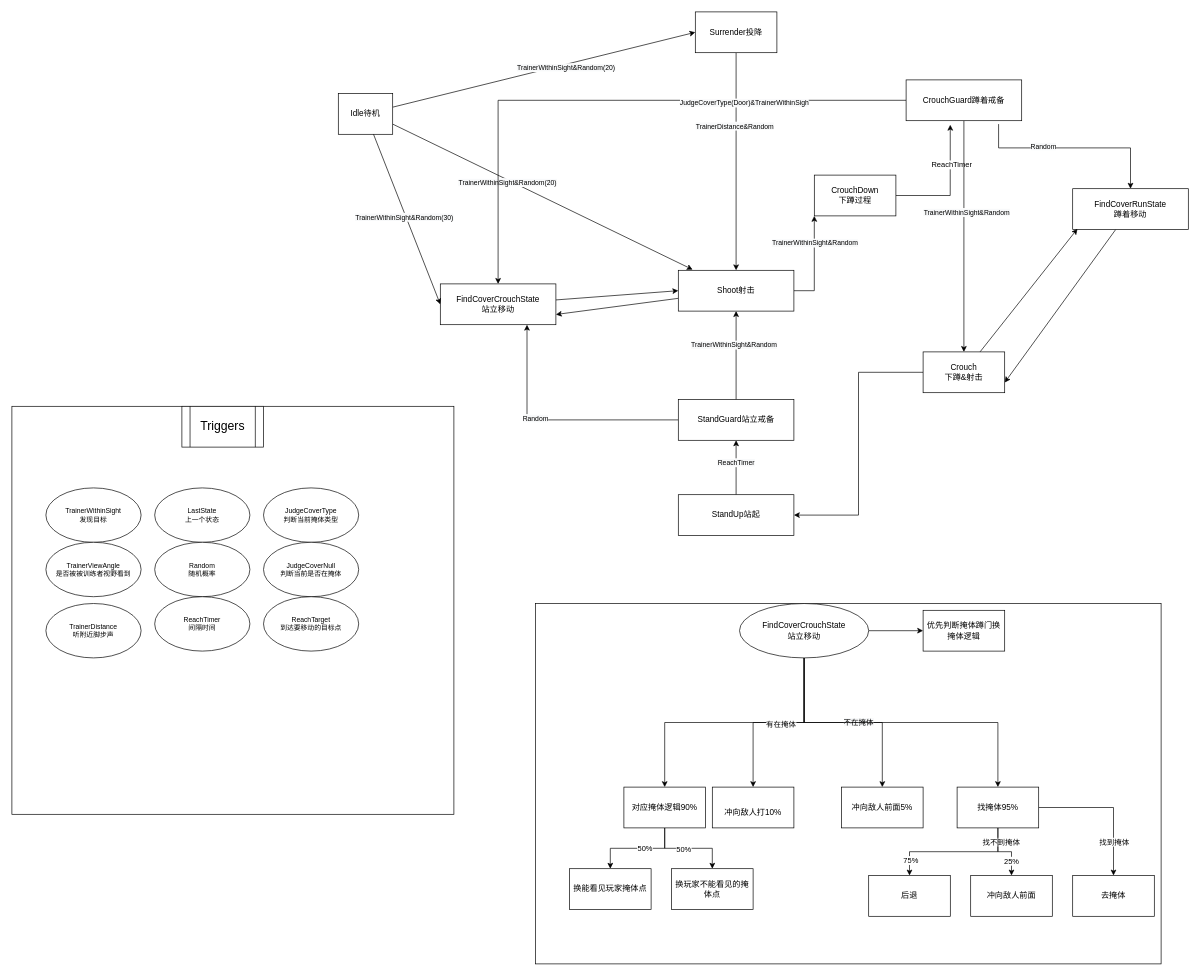
This is Untitled Diagram.drawio from LKaiGuo/CubeXGame, a draw.io file, before an edit. Source tidied: cells renumbered, new cells numbered last; positions are measured from the earlier drawing's top-left corner, leaving out a move shared by most shapes. Both pictures are drawn from the tidied source at 68%, with x=0, y=0 at pixel (12, 12).
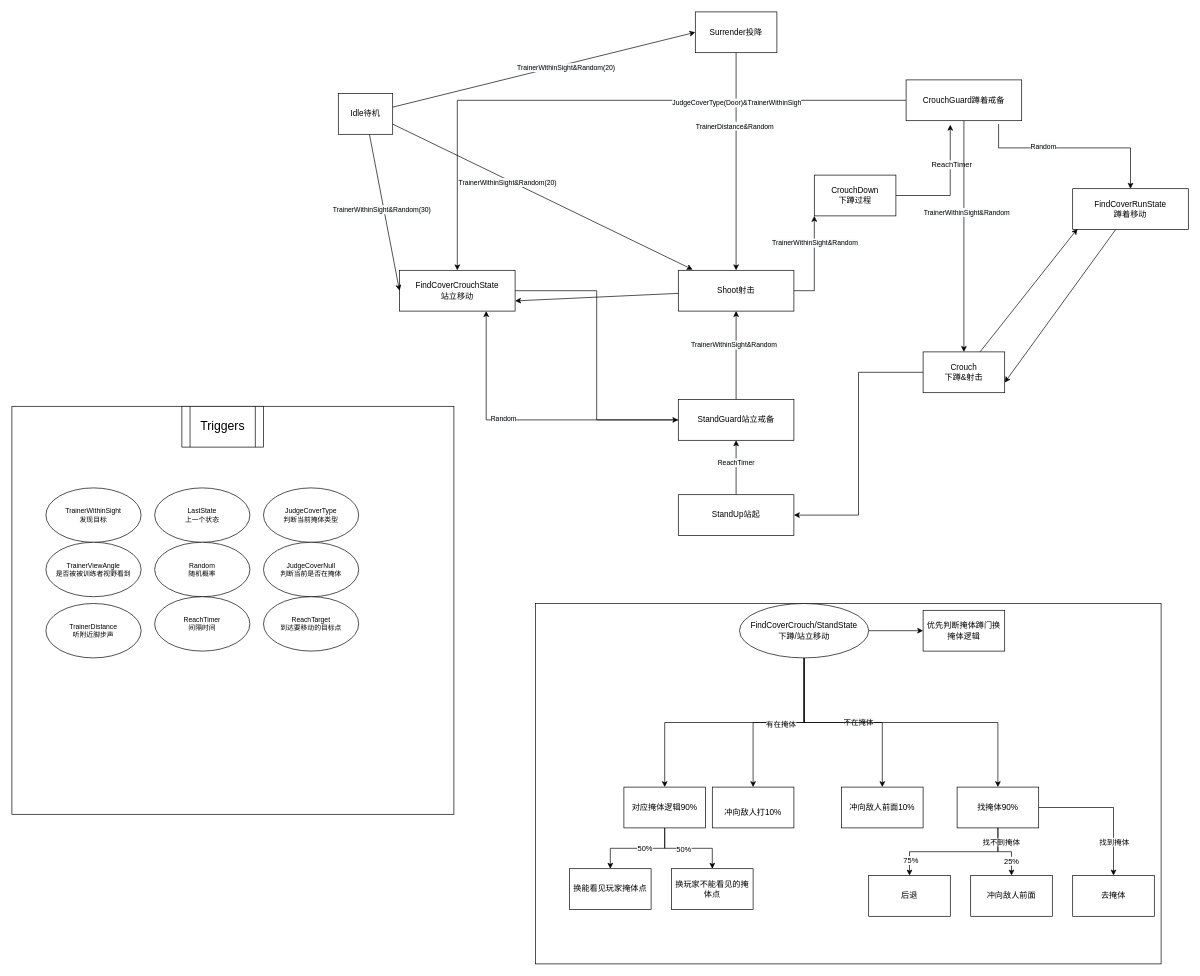
The same page after the edit.

The change refers to these unchanged cells:
```xml
<mxCell id="32" value="Shoot射击" style="rounded=0;whiteSpace=wrap;html=1;" parent="1" vertex="1">
  <mxGeometry x="980" y="380" width="170" height="60" as="geometry" />
</mxCell>
<mxCell id="43" value="StandGuard站立戒备" style="rounded=0;whiteSpace=wrap;html=1;" parent="1" vertex="1">
  <mxGeometry x="980" y="570" width="170" height="60" as="geometry" />
</mxCell>
<mxCell id="54" style="group;" parent="1" vertex="1">
  <mxGeometry x="770" y="870" width="920" height="530" as="geometry" />
</mxCell>
```

What changed in the source:
```diff
@@
-    <mxCell id="22" style="edgeStyle=none;rounded=0;jettySize=auto;html=1;entryX=0;entryY=0.5;entryDx=0;entryDy=0;" parent="1" edge="1" source="23" target="32">
-      <mxGeometry relative="1" as="geometry" />
-    </mxCell>
+    <mxCell id="85" style="edgeStyle=orthogonalEdgeStyle;rounded=0;jettySize=auto;html=1;entryX=0;entryY=0.5;entryDx=0;entryDy=0;" parent="1" edge="1" source="23" target="43">
+      <mxGeometry relative="1" as="geometry" />
+    </mxCell>
     <mxCell id="23" value="FindCoverCrouchState&lt;br&gt;站立移动" style="rounded=0;whiteSpace=wrap;html=1;" parent="1" vertex="1">
-      <mxGeometry x="630" y="400" width="170" height="60" as="geometry" />
+      <mxGeometry x="570" y="380" width="170" height="60" as="geometry" />
     </mxCell>
@@
-    <mxCell id="63" value="&lt;span&gt;FindCoverCrouchState&lt;/span&gt;&lt;br&gt;&lt;span&gt;站立移动&lt;/span&gt;" style="ellipse;whiteSpace=wrap;html=1;" parent="54" vertex="1">
+    <mxCell id="63" value="&lt;span&gt;FindCoverCrouch/StandState&lt;/span&gt;&lt;br&gt;&lt;span&gt;下蹲/站立移动&lt;/span&gt;" style="ellipse;whiteSpace=wrap;html=1;" parent="54" vertex="1">
       <mxGeometry x="300" width="190" height="80" as="geometry" />
     </mxCell>
@@
-    <mxCell id="72" value="冲向敌人前面5%" style="rounded=0;whiteSpace=wrap;html=1;" parent="54" vertex="1">
+    <mxCell id="72" value="冲向敌人前面10%" style="rounded=0;whiteSpace=wrap;html=1;" parent="54" vertex="1">
       <mxGeometry x="450" y="270" width="120" height="60" as="geometry" />
     </mxCell>
@@
-    <mxCell id="82" value="找掩体95%" style="rounded=0;whiteSpace=wrap;html=1;" parent="54" vertex="1">
+    <mxCell id="82" value="找掩体90%" style="rounded=0;whiteSpace=wrap;html=1;" parent="54" vertex="1">
       <mxGeometry x="620" y="270" width="120" height="60" as="geometry" />
     </mxCell>
```
